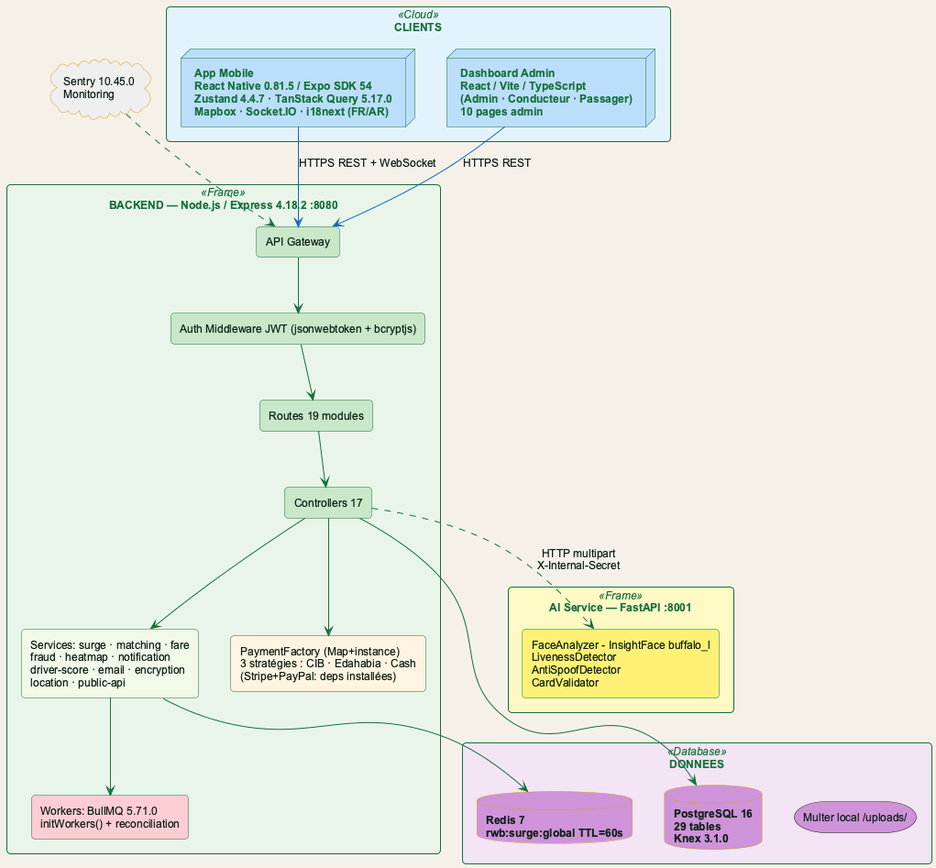
Above: plantuml/output/fig2_1_architecture.png in Belhormamohamed13/Memiore_RohWinBghit (PlantUML), before the change. Its diagram source:
```plantuml
@startuml fig2_1_architecture
!include theme_rohwinbghit.puml
skinparam roundCorner 8
skinparam packageStyle rectangle
skinparam componentStyle rectangle

package "CLIENTS" <<Cloud>> #E3F2FD {
    node "App Mobile\nReact Native 0.81.5 / Expo SDK 54\nZustand 4.4.7 · TanStack Query 5.17.0\nMapbox · Socket.IO · i18next (FR/AR)" as mobile #BBDEFB
    node "Dashboard Admin\nReact / Vite / TypeScript\n(Admin · Conducteur · Passager)\n10 pages admin" as web #BBDEFB
}

package "BACKEND — Node.js / Express 4.18.2 :8080" <<Frame>> #E8F5E9 {
    component "API Gateway" as gw #C8E6C9
    component "Auth Middleware JWT (jsonwebtoken + bcryptjs)" as auth #C8E6C9
    component "Routes 19 modules" as routes #C8E6C9
    component "Controllers 17" as ctrl #C8E6C9
    component "Services: surge · matching · fare\nfraud · heatmap · notification\ndriver-score · email · encryption\nlocation · public-api" as svc #F1F8E9
    component "PaymentFactory (Map+instance)\n3 stratégies : CIB · Edahabia · Cash\n(Stripe+PayPal: deps installées)" as patterns #FFF3E0
    component "Workers: BullMQ 5.71.0\ninitWorkers() + reconciliation" as workers #FFCDD2
}

package "DONNEES" <<Database>> #F3E5F5 {
    database "PostgreSQL 16\n29 tables\nKnex 3.1.0" as pg #CE93D8
    database "Redis 7\nrwb:surge:global TTL=60s" as redis #CE93D8
    storage "Multer local /uploads/" as uploads #CE93D8
}

package "AI Service — FastAPI :8001" <<Frame>> #FFF9C4 {
    component "FaceAnalyzer - InsightFace buffalo_l\nLivenessDetector\nAntiSpoofDetector\nCardValidator" as ai #FFF176
}

cloud "Sentry 10.45.0\nMonitoring" as sentry #EEEEEE

mobile -[#1565C0]-> gw : HTTPS REST + WebSocket
web -[#1565C0]-> gw : HTTPS REST
gw --> auth
auth --> routes
routes --> ctrl
ctrl --> svc
ctrl --> patterns
svc --> workers
ctrl --> pg
svc --> redis
ctrl ..> ai : HTTP multipart\nX-Internal-Secret
sentry ..> gw
@enduml
```
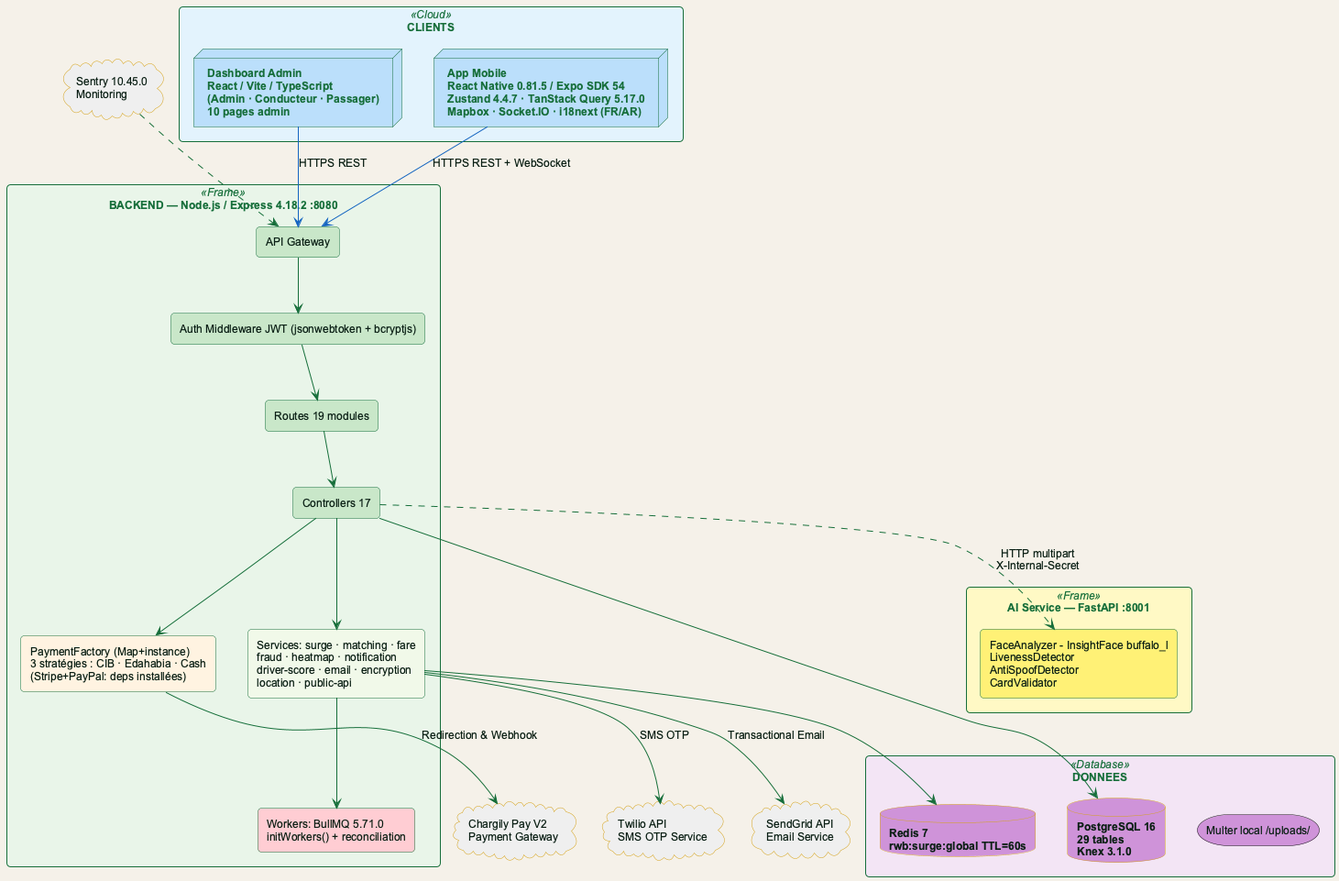
Later version of the same file.

The edit, as a diff of the source:
```diff
@@ -30,6 +30,9 @@
 }
 
 cloud "Sentry 10.45.0\nMonitoring" as sentry #EEEEEE
+cloud "Chargily Pay V2\nPayment Gateway" as chargily #EEEEEE
+cloud "Twilio API\nSMS OTP Service" as twilio #EEEEEE
+cloud "SendGrid API\nEmail Service" as sendgrid #EEEEEE
 
 mobile -[#1565C0]-> gw : HTTPS REST + WebSocket
 web -[#1565C0]-> gw : HTTPS REST
@@ -43,4 +46,7 @@
 svc --> redis
 ctrl ..> ai : HTTP multipart\nX-Internal-Secret
 sentry ..> gw
+patterns --> chargily : Redirection & Webhook
+svc --> twilio : SMS OTP
+svc --> sendgrid : Transactional Email
 @enduml
```
